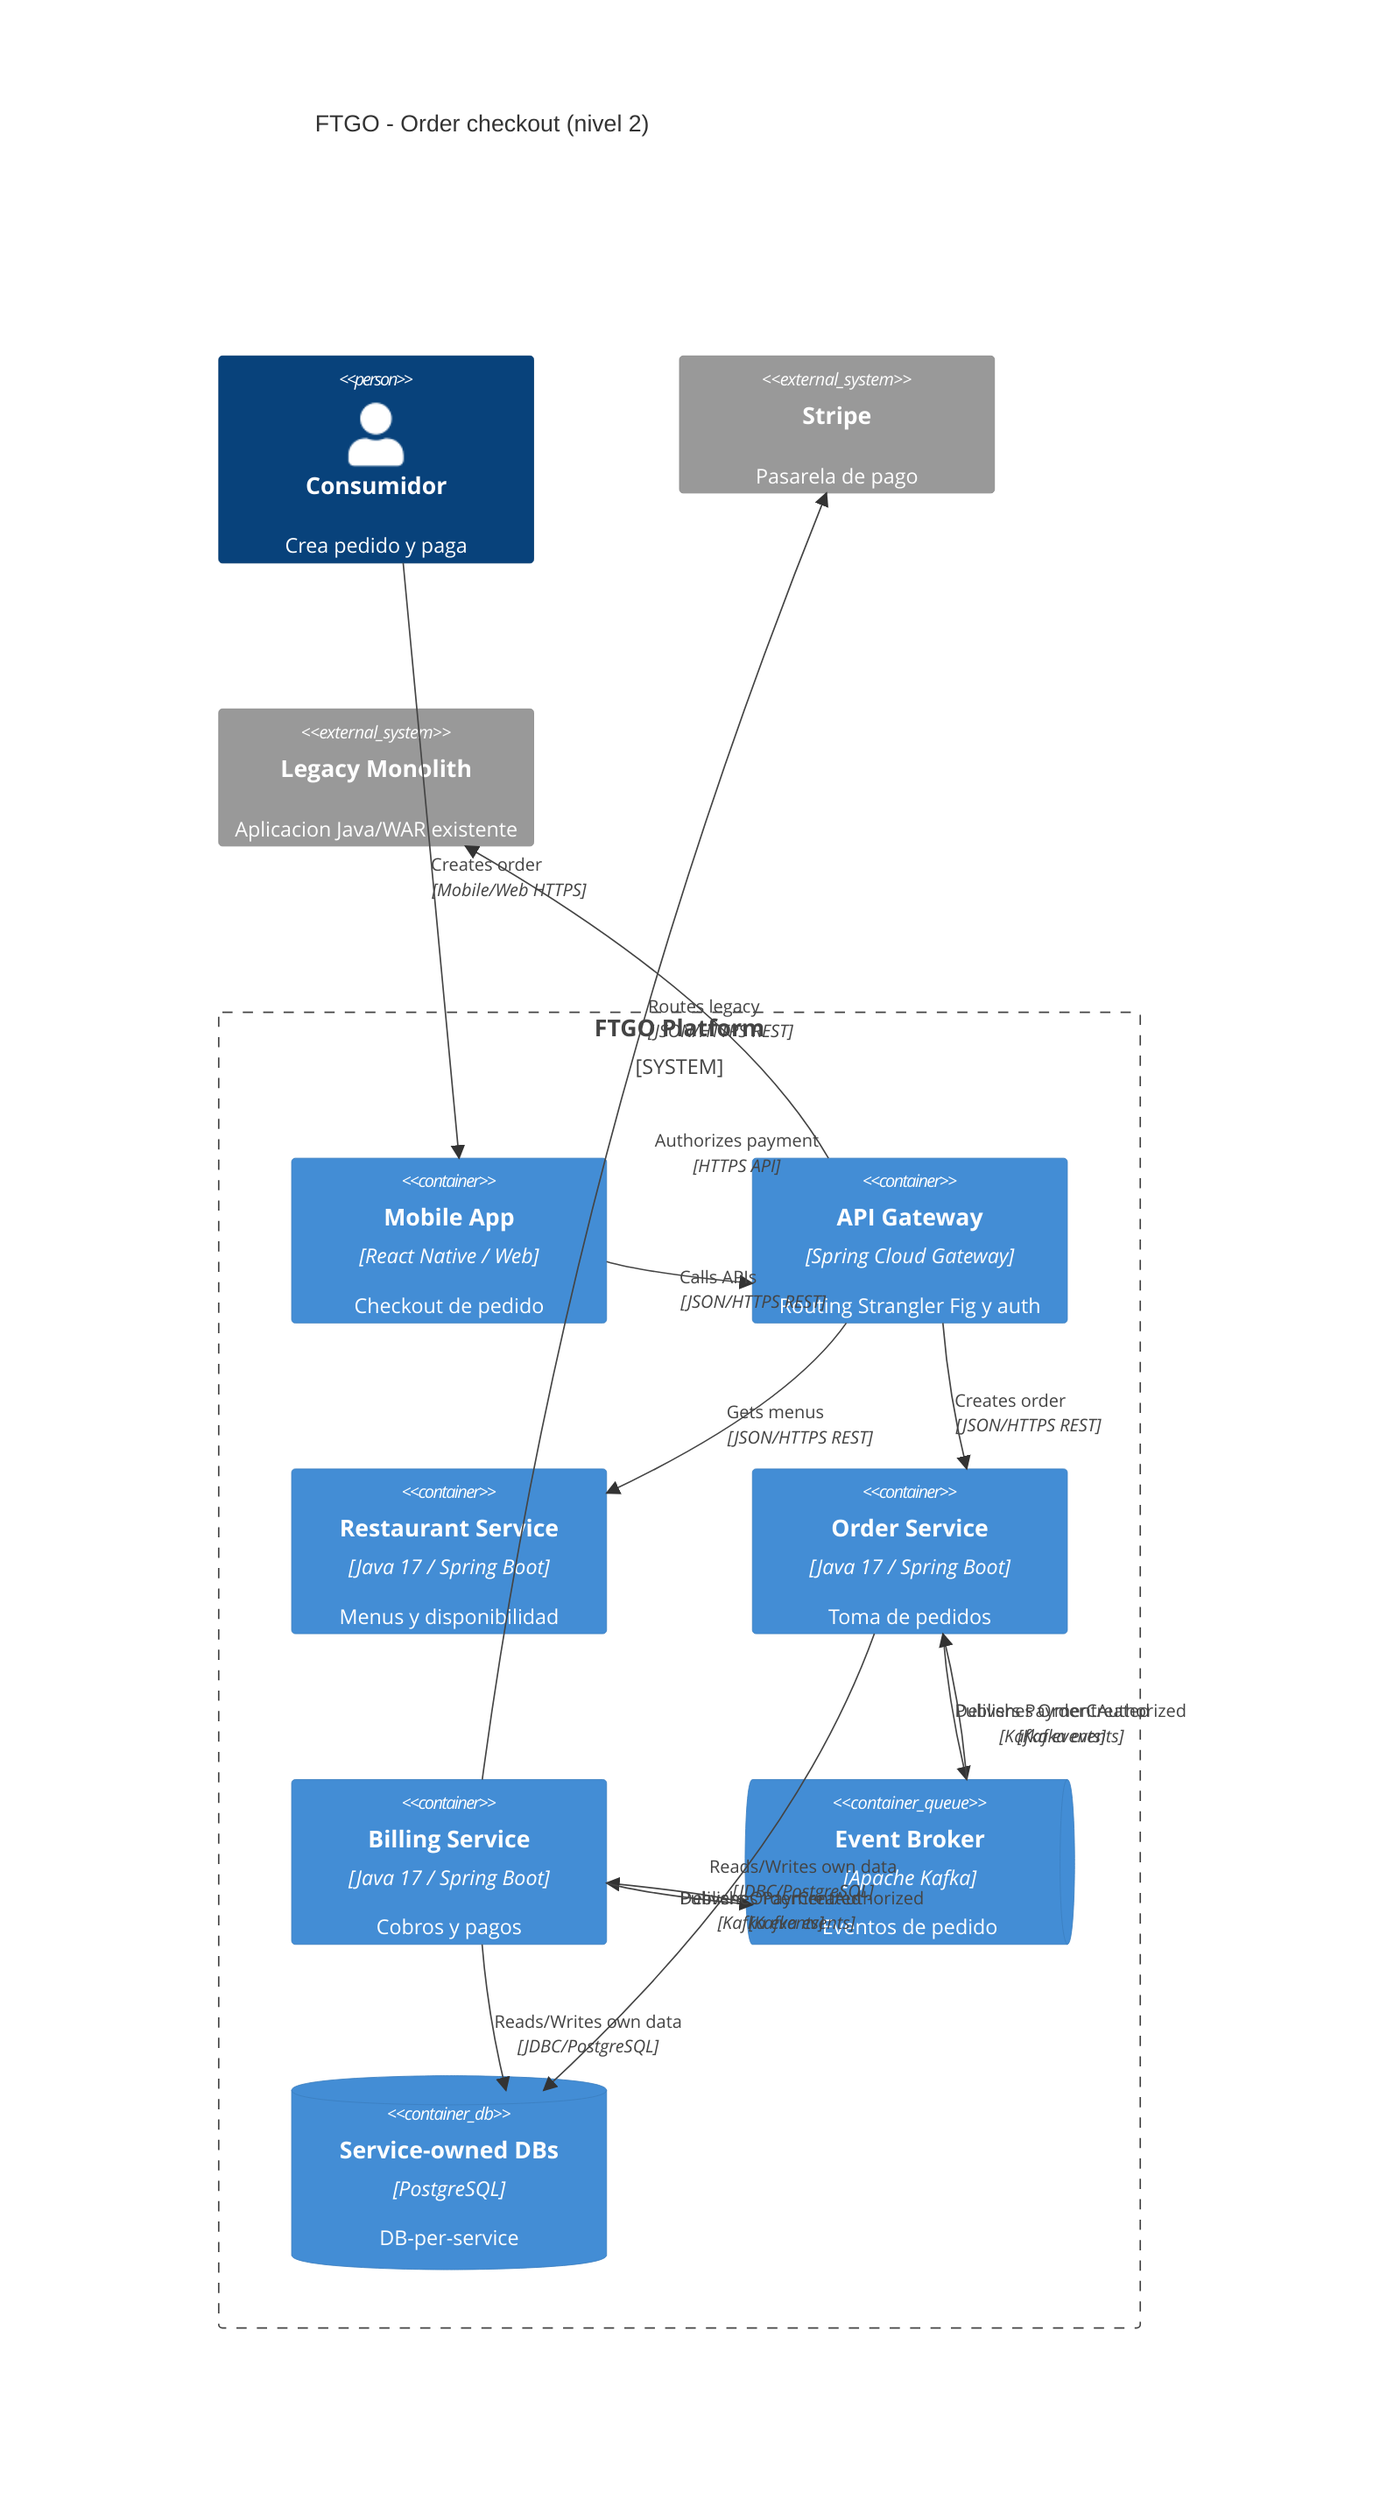
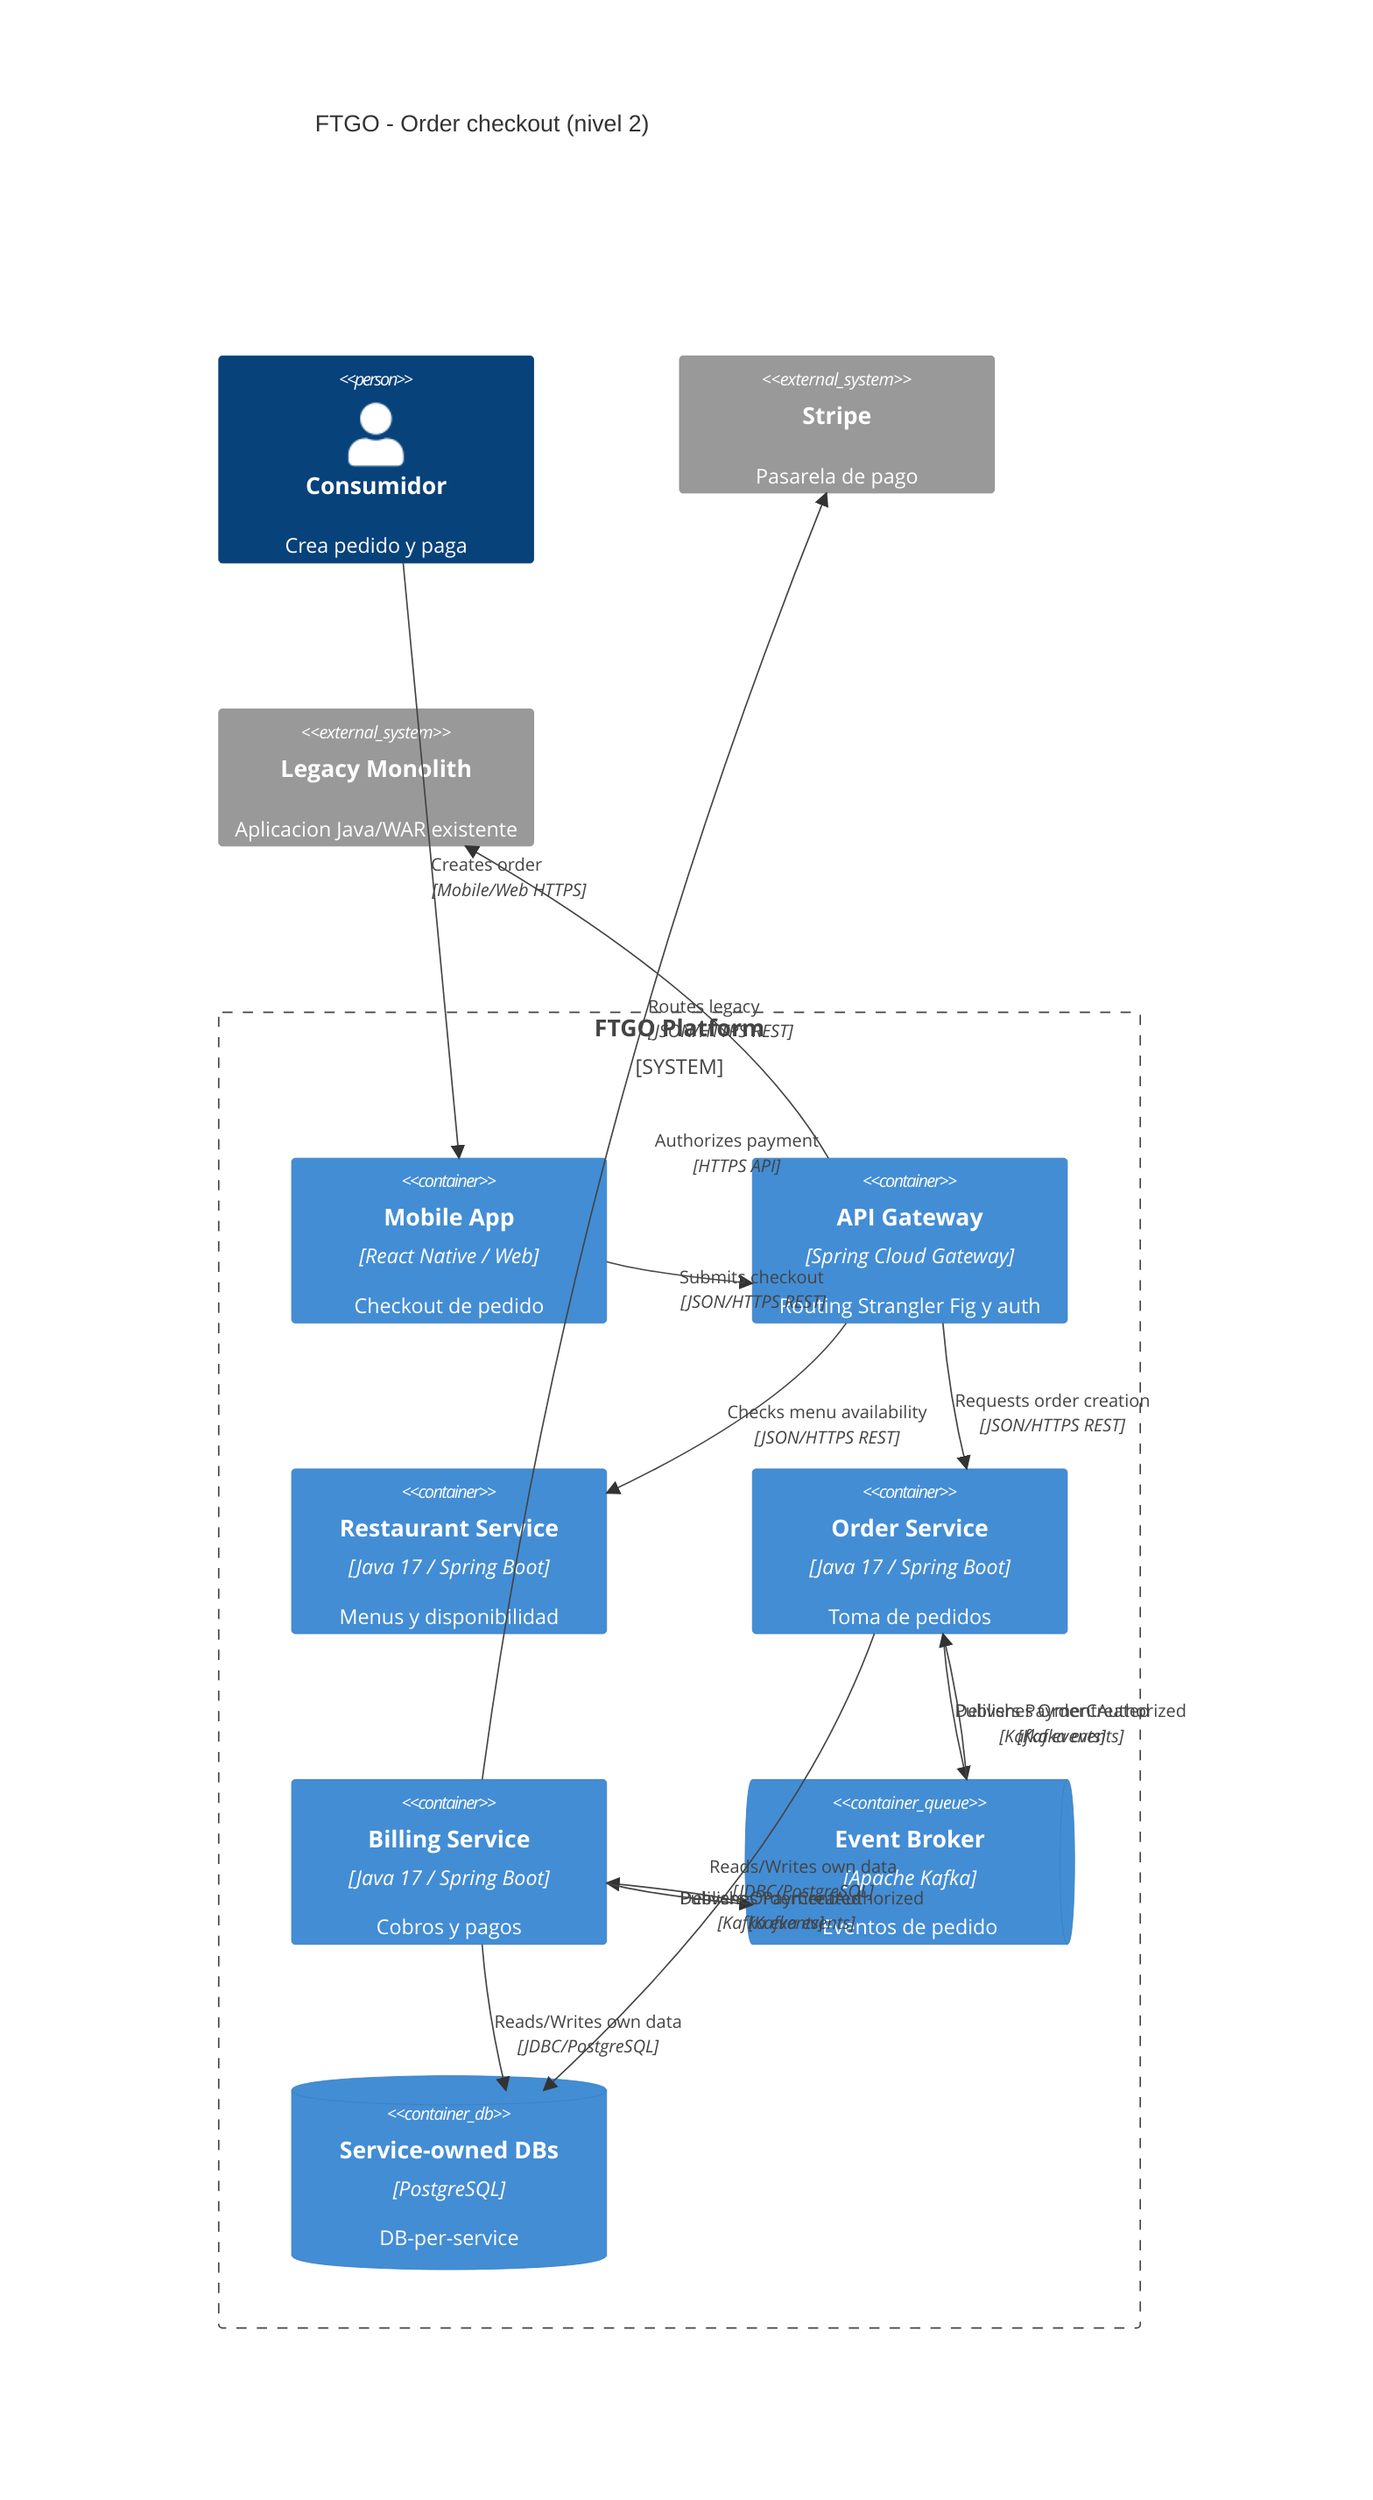
C4Container
title FTGO - Order checkout (nivel 2)

Person(consumer, "Consumidor", "Crea pedido y paga")

System_Ext(stripe, "Stripe", "Pasarela de pago")
System_Ext(legacy_monolith, "Legacy Monolith", "Aplicacion Java/WAR existente")

System_Boundary(ftgo, "FTGO Platform") {
  Container(mobile_app, "Mobile App", "React Native / Web", "Checkout de pedido")
  Container(api_gateway, "API Gateway", "Spring Cloud Gateway", "Routing Strangler Fig y auth")
  Container(restaurant_svc, "Restaurant Service", "Java 17 / Spring Boot", "Menus y disponibilidad")
  Container(order_svc, "Order Service", "Java 17 / Spring Boot", "Toma de pedidos")
  Container(billing_svc, "Billing Service", "Java 17 / Spring Boot", "Cobros y pagos")
  ContainerQueue(event_broker, "Event Broker", "Apache Kafka", "Eventos de pedido")
  ContainerDb(service_dbs, "Service-owned DBs", "PostgreSQL", "DB-per-service")
}

Rel(consumer, mobile_app, "Creates order", "Mobile/Web HTTPS")
- Rel(mobile_app, api_gateway, "Calls APIs", "JSON/HTTPS REST")
- Rel(api_gateway, restaurant_svc, "Gets menus", "JSON/HTTPS REST")
- Rel(api_gateway, order_svc, "Creates order", "JSON/HTTPS REST")
+ Rel(mobile_app, api_gateway, "Submits checkout", "JSON/HTTPS REST")
+ Rel(api_gateway, restaurant_svc, "Checks menu availability", "JSON/HTTPS REST")
+ Rel(api_gateway, order_svc, "Requests order creation", "JSON/HTTPS REST")
Rel(api_gateway, legacy_monolith, "Routes legacy", "JSON/HTTPS REST")
Rel(order_svc, event_broker, "Publishes OrderCreated", "Kafka events")
Rel(event_broker, billing_svc, "Delivers OrderCreated", "Kafka events")
Rel(billing_svc, stripe, "Authorizes payment", "HTTPS API")
Rel(billing_svc, event_broker, "Publishes PaymentAuthorized", "Kafka events")
Rel(event_broker, order_svc, "Delivers PaymentAuthorized", "Kafka events")
Rel(order_svc, service_dbs, "Reads/Writes own data", "JDBC/PostgreSQL")
Rel(billing_svc, service_dbs, "Reads/Writes own data", "JDBC/PostgreSQL")
